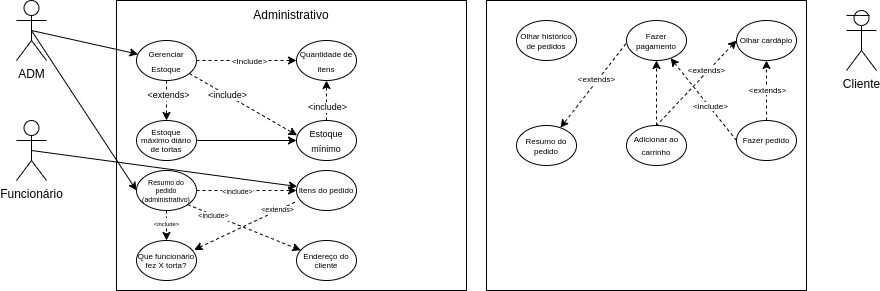
This is UC_d.drawio.png from FreelyTian/docs, a draw.io export, as it was before one commit. Source tidied: cells renumbered, new cells last; positions are measured from the earlier drawing's top-left corner, leaving out a move shared by most shapes.
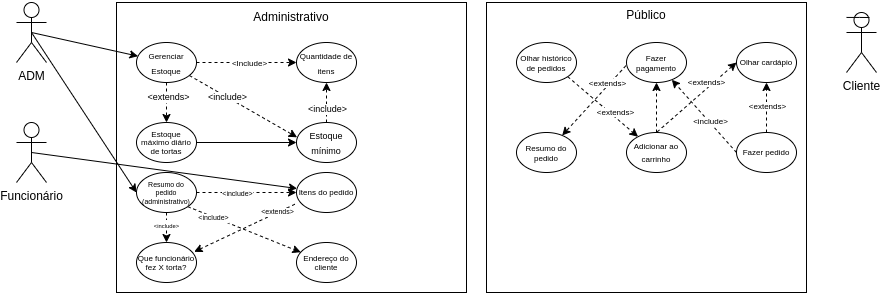
After the commit.

Commit message:
Adicionada parte pública

What changed in the source:
```diff
@@ -121,7 +121,7 @@
       </mxGeometry>
     </mxCell>
     <mxCell id="38" value="&lt;p style=&quot;line-height: 90%;&quot;&gt;&lt;span style=&quot;font-size: 8px;&quot;&gt;Olhar cardápio&lt;/span&gt;&lt;/p&gt;" style="ellipse;whiteSpace=wrap;html=1;" parent="1" vertex="1">
-      <mxGeometry x="720" y="20" width="60" height="40" as="geometry" />
+      <mxGeometry x="720" y="40" width="60" height="40" as="geometry" />
     </mxCell>
     <mxCell id="39" style="rounded=0;jettySize=auto;html=1;exitX=0.5;exitY=0;exitDx=0;exitDy=0;entryX=0.5;entryY=1;entryDx=0;entryDy=0;fontSize=8;dashed=1;" parent="1" edge="1" source="43" target="38">
       <mxGeometry relative="1" as="geometry" />
@@ -138,16 +138,18 @@
       <mxGeometry x="-0.16" y="-1" relative="1" as="geometry" />
     </mxCell>
     <mxCell id="43" value="&lt;p style=&quot;line-height: 90%;&quot;&gt;&lt;font style=&quot;font-size: 8px;&quot;&gt;Fazer pedido&lt;/font&gt;&lt;/p&gt;" style="ellipse;whiteSpace=wrap;html=1;" parent="1" vertex="1">
-      <mxGeometry x="720" y="120" width="60" height="40" as="geometry" />
+      <mxGeometry x="720" y="130" width="60" height="40" as="geometry" />
     </mxCell>
     <mxCell id="44" style="edgeStyle=none;rounded=0;jettySize=auto;html=1;exitX=-0.011;exitY=0.582;exitDx=0;exitDy=0;dashed=1;fontSize=8;exitPerimeter=0;" parent="1" edge="1" source="46" target="48">
       <mxGeometry relative="1" as="geometry" />
     </mxCell>
     <mxCell id="45" value="&amp;lt;extends&amp;gt;" style="edgeLabel;html=1;align=center;verticalAlign=middle;fontSize=8;" parent="44" vertex="1">
-      <mxGeometry x="-0.13" y="-2" relative="1" as="geometry" />
+      <mxGeometry x="-0.13" y="-2" relative="1" as="geometry">
+        <mxPoint x="10" y="-12" as="offset" />
+      </mxGeometry>
     </mxCell>
     <mxCell id="46" value="&lt;p style=&quot;line-height: 75%;&quot;&gt;&lt;span style=&quot;font-size: 8px;&quot;&gt;Fazer pagamento&lt;/span&gt;&lt;/p&gt;" style="ellipse;whiteSpace=wrap;html=1;align=center;verticalAlign=middle;" parent="1" vertex="1">
-      <mxGeometry x="610" y="20" width="60" height="40" as="geometry" />
+      <mxGeometry x="610" y="40" width="60" height="40" as="geometry" />
     </mxCell>
     <mxCell id="47" style="endArrow=none;html=1;rounded=0;fontSize=8;" parent="1" edge="1">
       <mxGeometry relative="1" as="geometry">
@@ -159,16 +161,22 @@
       </mxGeometry>
     </mxCell>
     <mxCell id="48" value="&lt;p style=&quot;line-height: 75%;&quot;&gt;&lt;span style=&quot;font-size: 8px;&quot;&gt;Resumo do pedido&lt;/span&gt;&lt;/p&gt;" style="ellipse;whiteSpace=wrap;html=1;" parent="1" vertex="1">
-      <mxGeometry x="500" y="125" width="60" height="40" as="geometry" />
+      <mxGeometry x="500" y="130" width="60" height="40" as="geometry" />
     </mxCell>
     <mxCell id="49" style="edgeStyle=none;rounded=0;jettySize=auto;html=1;exitX=0.5;exitY=0;exitDx=0;exitDy=0;entryX=0.5;entryY=1;entryDx=0;entryDy=0;dashed=1;fontSize=8;" parent="1" edge="1" source="50" target="46">
       <mxGeometry relative="1" as="geometry" />
     </mxCell>
     <mxCell id="50" value="&lt;p style=&quot;line-height: 90%;&quot;&gt;&lt;span style=&quot;font-size: 8px;&quot;&gt;Adicionar ao carrinho&lt;/span&gt;&lt;/p&gt;" style="ellipse;whiteSpace=wrap;html=1;" parent="1" vertex="1">
-      <mxGeometry x="610" y="125" width="60" height="40" as="geometry" />
+      <mxGeometry x="610" y="130" width="60" height="40" as="geometry" />
     </mxCell>
+    <mxCell id="52" value="&amp;lt;extends&amp;gt;" style="edgeStyle=none;rounded=0;jettySize=auto;html=1;exitX=1;exitY=1;exitDx=0;exitDy=0;dashed=1;fontSize=8;startArrow=none;startFill=0;endArrow=classic;endFill=1;" parent="1" edge="1" source="51" target="50">
+      <mxGeometry x="0.3" y="4" relative="1" as="geometry" />
+    </mxCell>
     <mxCell id="51" value="&lt;p style=&quot;line-height: 75%;&quot;&gt;&lt;span style=&quot;font-size: 8px;&quot;&gt;Olhar histórico de pedidos&lt;/span&gt;&lt;/p&gt;" style="ellipse;whiteSpace=wrap;html=1;" parent="1" vertex="1">
-      <mxGeometry x="500" y="20" width="60" height="40" as="geometry" />
+      <mxGeometry x="500" y="40" width="60" height="40" as="geometry" />
     </mxCell>
+    <mxCell id="53" value="Público" style="text;html=1;strokeColor=none;fillColor=none;align=center;verticalAlign=middle;whiteSpace=wrap;rounded=0;" parent="1" vertex="1">
+      <mxGeometry x="600" y="-2" width="60" height="30" as="geometry" />
+    </mxCell>
   </root>
 </mxGraphModel>
```
